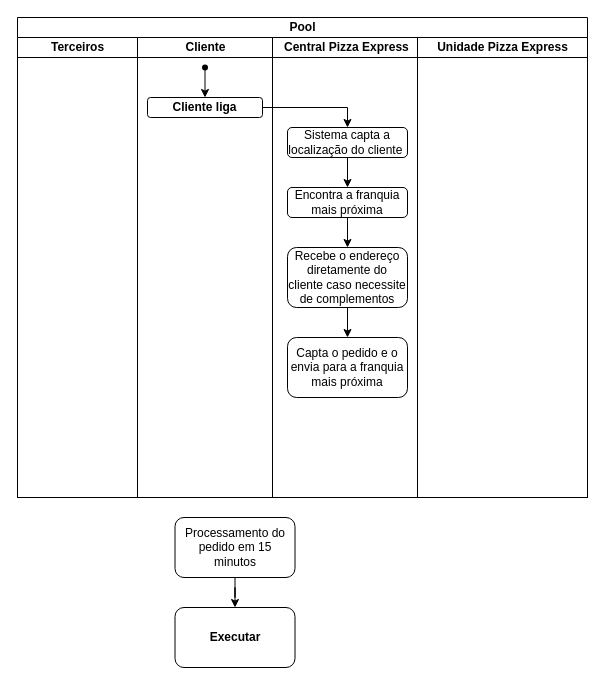
Before: docs/Diagrama sem nome.drawio in kaguigale/UML-Classroom-FCI, a draw.io diagram. Source tidied: cells renumbered, new cells numbered last; positions are measured from the earlier drawing's top-left corner, leaving out a move shared by most shapes. Both pictures are drawn from the tidied source at 100%, with x=0, y=0 at pixel (17, 17).
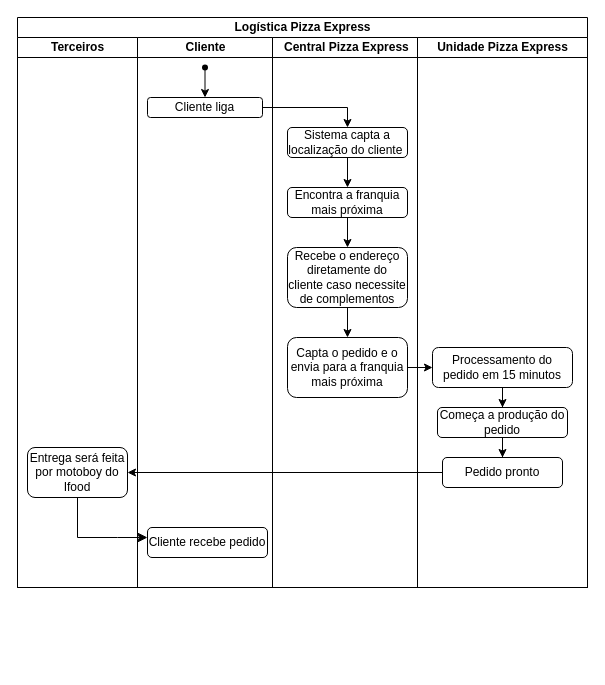
The same page after the edit.

The change refers to these unchanged cells:
```xml
<mxCell id="18" value="Capta o pedido e o envia para a franquia mais próxima" style="rounded=1;whiteSpace=wrap;html=1;" parent="11" vertex="1">
  <mxGeometry x="15" y="300" width="120" height="60" as="geometry" />
</mxCell>
```

Diff of the diagram source:
```diff
@@
-    <mxCell id="2" style="edgeStyle=orthogonalEdgeStyle;rounded=0;jettySize=auto;html=1;" parent="1" edge="1" source="3" target="4">
-      <mxGeometry relative="1" as="geometry" />
-    </mxCell>
-    <mxCell id="3" value="Processamento do pedido em 15 minutos" style="rounded=1;whiteSpace=wrap;html=1;" parent="1" vertex="1">
-      <mxGeometry x="157.5" y="500" width="120" height="60" as="geometry" />
-    </mxCell>
-    <mxCell id="4" value="Executar" style="rounded=1;whiteSpace=wrap;html=1;fontStyle=1;" parent="1" vertex="1">
-      <mxGeometry x="157.5" y="590" width="120" height="60" as="geometry" />
-    </mxCell>
-    <mxCell id="5" value="Pool" style="swimlane;startSize=20;html=1;" parent="1" vertex="1">
-      <mxGeometry width="570" height="480" as="geometry" />
+    <mxCell id="5" value="Logística Pizza Express" style="swimlane;startSize=20;html=1;" parent="1" vertex="1">
+      <mxGeometry width="570" height="570" as="geometry" />
     </mxCell>
     <mxCell id="6" value="Terceiros" style="swimlane;startSize=20;html=1;" parent="5" vertex="1">
-      <mxGeometry y="20" width="120" height="460" as="geometry" />
+      <mxGeometry y="20" width="120" height="550" as="geometry" />
     </mxCell>
+    <mxCell id="21" value="Entrega será feita por motoboy do Ifood" style="rounded=1;whiteSpace=wrap;html=1;" parent="6" vertex="1">
+      <mxGeometry x="10" y="410" width="100" height="50" as="geometry" />
+    </mxCell>
+    <mxCell id="22" style="edgeStyle=segmentEdgeStyle;endArrow=classic;html=1;curved=0;rounded=0;endSize=8;startSize=8;exitX=0.5;exitY=1;exitDx=0;exitDy=0;" parent="6" edge="1" source="21">
+      <mxGeometry relative="1" as="geometry">
+        <mxPoint x="130" y="500" as="targetPoint" />
+        <Array as="points">
+          <mxPoint x="60" y="500" />
+          <mxPoint x="100" y="500" />
+        </Array>
+      </mxGeometry>
+    </mxCell>
     <mxCell id="7" value="Cliente" style="swimlane;startSize=20;html=1;" parent="5" vertex="1">
-      <mxGeometry x="120" y="20" width="135" height="460" as="geometry" />
+      <mxGeometry x="120" y="20" width="135" height="550" as="geometry" />
     </mxCell>
@@
-    <mxCell id="10" value="Cliente liga" style="rounded=1;whiteSpace=wrap;html=1;fontStyle=1;" parent="7" vertex="1">
+    <mxCell id="10" value="Cliente liga" style="rounded=1;whiteSpace=wrap;html=1;fontStyle=0;" parent="7" vertex="1">
       <mxGeometry x="10" y="60" width="115" height="20" as="geometry" />
     </mxCell>
+    <mxCell id="23" value="Cliente recebe pedido" style="rounded=1;whiteSpace=wrap;html=1;" parent="7" vertex="1">
+      <mxGeometry x="10" y="490" width="120" height="30" as="geometry" />
+    </mxCell>
     <mxCell id="11" value="&amp;nbsp; &amp;nbsp;Central Pizza Express" style="swimlane;startSize=20;html=1;align=left;" parent="5" vertex="1">
-      <mxGeometry x="255" y="20" width="315" height="460" as="geometry" />
+      <mxGeometry x="255" y="20" width="315" height="550" as="geometry" />
     </mxCell>
@@
     <mxCell id="20" value="Unidade Pizza Express" style="swimlane;startSize=20;html=1;" parent="1" vertex="1">
-      <mxGeometry x="400" y="20" width="170" height="460" as="geometry" />
+      <mxGeometry x="400" y="20" width="170" height="550" as="geometry" />
     </mxCell>
+    <mxCell id="3" value="Processamento do pedido em 15 minutos" style="rounded=1;whiteSpace=wrap;html=1;" parent="20" vertex="1">
+      <mxGeometry x="15" y="310" width="140" height="40" as="geometry" />
+    </mxCell>
+    <mxCell id="24" value="Começa a produção do pedido" style="rounded=1;whiteSpace=wrap;html=1;" parent="20" vertex="1">
+      <mxGeometry x="20" y="370" width="130" height="30" as="geometry" />
+    </mxCell>
+    <mxCell id="25" style="edgeStyle=orthogonalEdgeStyle;rounded=0;jettySize=auto;html=1;" parent="20" edge="1" source="3" target="24">
+      <mxGeometry relative="1" as="geometry" />
+    </mxCell>
+    <mxCell id="26" style="edgeStyle=orthogonalEdgeStyle;rounded=0;jettySize=auto;html=1;entryX=0;entryY=0.5;entryDx=0;entryDy=0;" parent="1" edge="1" source="18" target="3">
+      <mxGeometry relative="1" as="geometry" />
+    </mxCell>
+    <mxCell id="27" style="edgeStyle=orthogonalEdgeStyle;rounded=0;jettySize=auto;html=1;" parent="1" edge="1" source="28" target="21">
+      <mxGeometry relative="1" as="geometry" />
+    </mxCell>
+    <mxCell id="28" value="Pedido pronto" style="rounded=1;whiteSpace=wrap;html=1;" parent="1" vertex="1">
+      <mxGeometry x="425" y="440" width="120" height="30" as="geometry" />
+    </mxCell>
+    <mxCell id="29" style="edgeStyle=orthogonalEdgeStyle;rounded=0;jettySize=auto;html=1;" parent="1" edge="1" source="24" target="28">
+      <mxGeometry relative="1" as="geometry" />
+    </mxCell>
```
